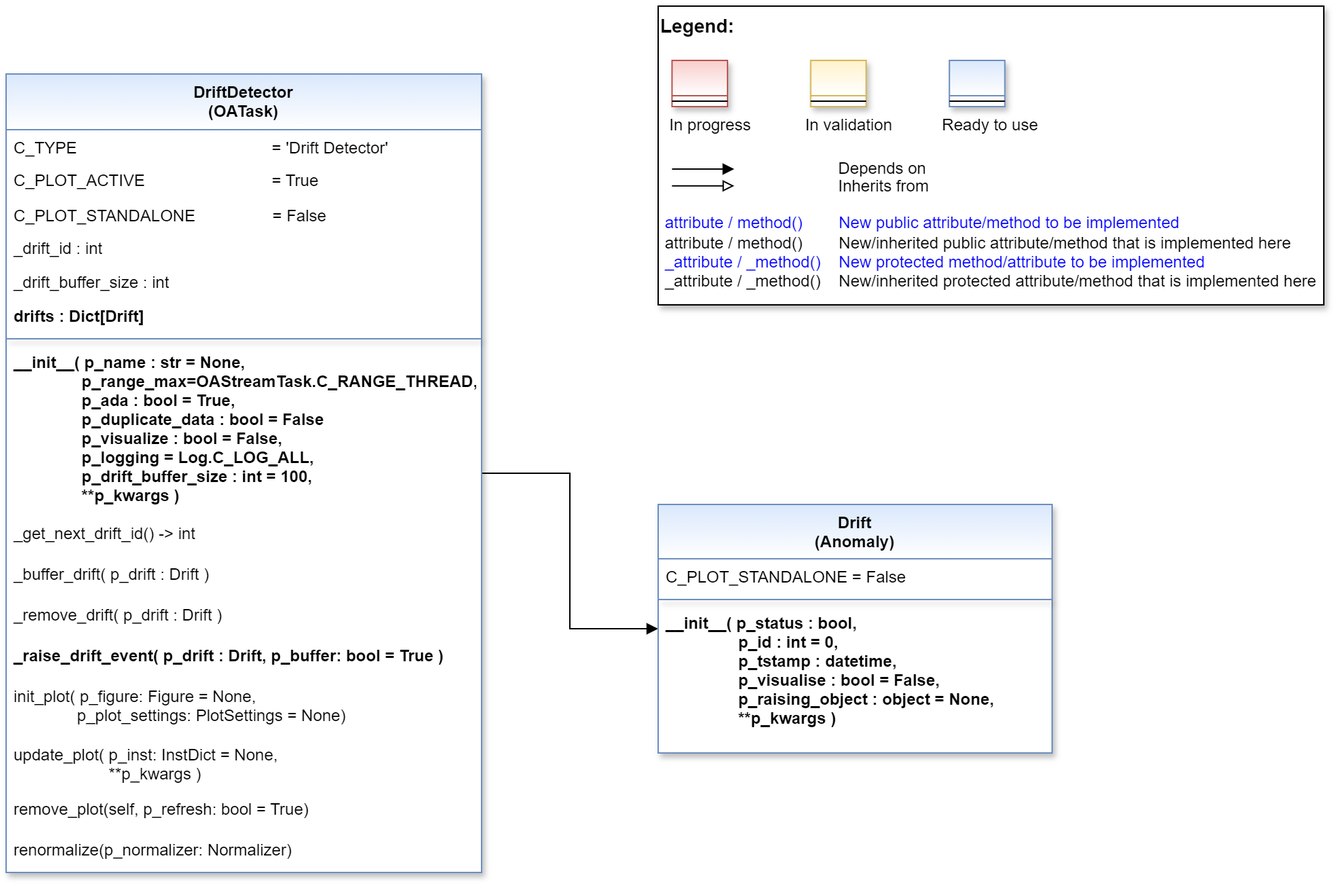
fhswf/MLPro keeps this draw.io diagram as doc/rtd/content/99_appendices/appendix2/sub/mlpro_oa/streams/30_change_detection/20_drift_detection/images/MLPro-OA-Drift-Detectors_class_diagram.drawio.png. Above is the earlier version. Source tidied: cells renumbered, new cells last; positions are measured from the earlier drawing's top-left corner, leaving out a move shared by most shapes.
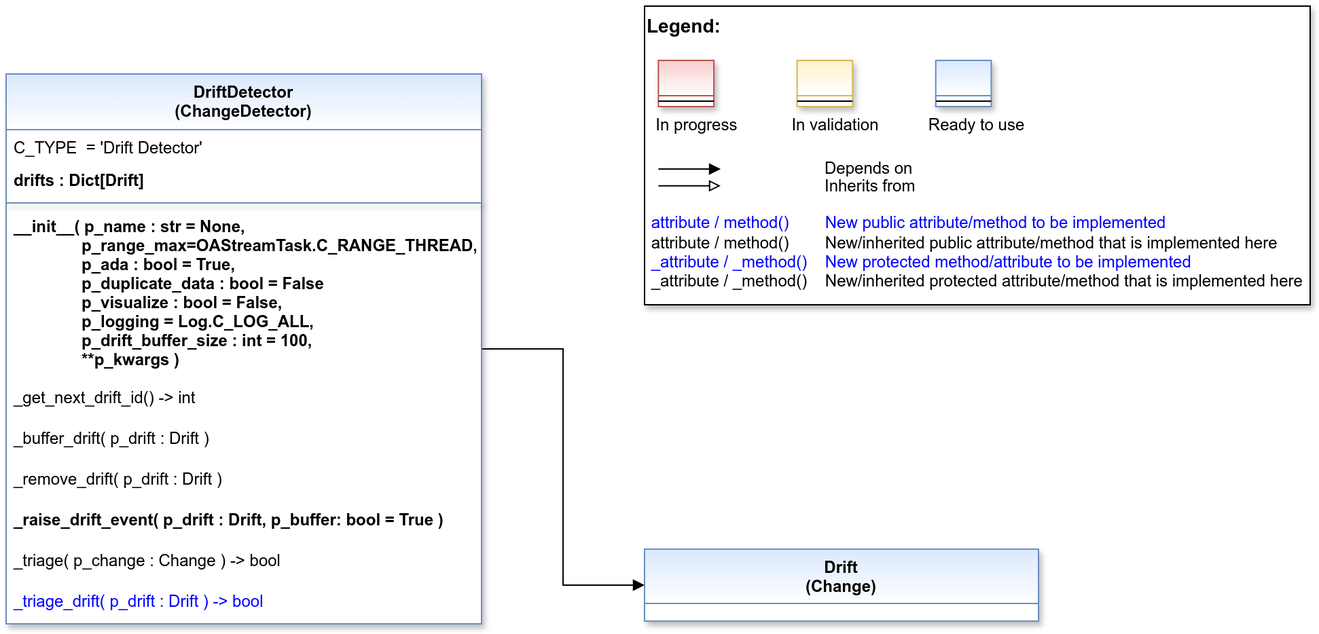
After the change.

Change to the diagram source:
```diff
@@ -3,7 +3,7 @@
     <mxCell id="0" />
     <mxCell id="1" parent="0" />
     <mxCell id="2" style="group;" parent="1" vertex="1">
-      <mxGeometry x="480" width="490" height="220" as="geometry" />
+      <mxGeometry x="470" width="490" height="220" as="geometry" />
     </mxCell>
     <mxCell id="3" value="&lt;font color=&quot;#000000&quot; size=&quot;1&quot;&gt;&lt;b style=&quot;font-size: 14px&quot;&gt;Legend:&lt;br&gt;&lt;/b&gt;&lt;/font&gt;&lt;br&gt;&lt;br&gt;&lt;br&gt;&lt;font color=&quot;#0000ff&quot; style=&quot;font-size: 6px&quot;&gt;&lt;br&gt;&lt;/font&gt;&lt;span style=&quot;color: rgb(0 , 0 , 0)&quot;&gt;&lt;font style=&quot;font-size: 4px&quot;&gt;&amp;nbsp; &amp;nbsp;&lt;/font&gt;&amp;nbsp;In progress&amp;nbsp; &amp;nbsp; &amp;nbsp; &amp;nbsp; &amp;nbsp; &amp;nbsp; In validation&amp;nbsp; &amp;nbsp; &amp;nbsp; &amp;nbsp; &amp;nbsp; &amp;nbsp;Ready to use&lt;/span&gt;&lt;font color=&quot;#000000&quot;&gt;&amp;nbsp;&lt;br&gt;&lt;/font&gt;&lt;font color=&quot;#0000ff&quot;&gt;&lt;br&gt;&lt;br&gt;&lt;br&gt;&lt;br&gt;&amp;nbsp;attribute / method()&amp;nbsp; &amp;nbsp; &amp;nbsp; &amp;nbsp; New public attribute/method to be implemented&lt;/font&gt;&lt;br&gt;&lt;font color=&quot;#000000&quot;&gt;&amp;nbsp;&lt;/font&gt;&lt;font color=&quot;#000000&quot;&gt;attribute / method()&lt;span&gt; &lt;/span&gt;&amp;nbsp; &amp;nbsp; &amp;nbsp; &amp;nbsp;New/inherited public attribute/method that is implemented here&lt;br&gt;&lt;/font&gt;&lt;font color=&quot;#0000ff&quot;&gt;&amp;nbsp;_attribute /&amp;nbsp;&lt;/font&gt;&lt;font color=&quot;#0000ff&quot;&gt;_method()&amp;nbsp; &amp;nbsp; New protected method/attribute to be implemented&lt;/font&gt;&lt;br&gt;&lt;font color=&quot;#000000&quot;&gt;&amp;nbsp;_attribute / _method()&amp;nbsp; &amp;nbsp; New/inherited protected attribute/method that is implemented here&lt;br&gt;&lt;/font&gt;&lt;font color=&quot;#000000&quot;&gt;&lt;br&gt;&lt;br&gt;&lt;br&gt;&lt;br&gt;&lt;br&gt;&lt;/font&gt;" style="text;html=1;align=left;verticalAlign=top;whiteSpace=wrap;rounded=0;fontColor=#006600;strokeColor=#000000;shadow=1;fillColor=#ffffff;" parent="2" vertex="1">
       <mxGeometry width="490" height="220" as="geometry" />
@@ -43,71 +43,44 @@
     <mxCell id="11" style="line;html=1;strokeWidth=1;align=left;verticalAlign=middle;spacingTop=-1;spacingLeft=3;spacingRight=3;labelPosition=right;" parent="10" vertex="1">
       <mxGeometry y="26" width="40.8" height="8" as="geometry" />
     </mxCell>
-    <mxCell id="12" style="edgeStyle=orthogonalEdgeStyle;rounded=0;jettySize=auto;html=1;endArrow=block;endFill=1;" parent="1" edge="1" source="13" target="30">
+    <mxCell id="12" style="edgeStyle=orthogonalEdgeStyle;rounded=0;jettySize=auto;html=1;endArrow=block;endFill=1;" parent="1" edge="1" source="13" target="24">
       <mxGeometry relative="1" as="geometry" />
     </mxCell>
-    <mxCell id="13" value="DriftDetector&#10;(OATask)" style="swimlane;align=center;verticalAlign=top;horizontal=1;startSize=41;rounded=0;shadow=1;strokeWidth=1;fillColor=#dae8fc;strokeColor=#6c8ebf;swimlaneFillColor=#ffffff;gradientColor=#FFFFFF;" parent="1" vertex="1">
-      <mxGeometry y="50" width="350" height="588" as="geometry" />
+    <mxCell id="13" value="DriftDetector&#10;(ChangeDetector)" style="swimlane;align=center;verticalAlign=top;horizontal=1;startSize=41;rounded=0;shadow=1;strokeWidth=1;fillColor=#dae8fc;strokeColor=#6c8ebf;swimlaneFillColor=#ffffff;gradientColor=#FFFFFF;" parent="1" vertex="1">
+      <mxGeometry y="50" width="350" height="405" as="geometry" />
     </mxCell>
-    <mxCell id="14" value="C_TYPE                                           = 'Drift Detector'" style="text;align=left;verticalAlign=top;spacingLeft=4;spacingRight=4;overflow=hidden;" parent="13" vertex="1">
+    <mxCell id="14" value="C_TYPE  = 'Drift Detector'" style="text;align=left;verticalAlign=top;spacingLeft=4;spacingRight=4;overflow=hidden;" parent="13" vertex="1">
       <mxGeometry y="41" width="350" height="24" as="geometry" />
     </mxCell>
-    <mxCell id="15" value="C_PLOT_ACTIVE &amp;nbsp; &amp;nbsp; &amp;nbsp; &amp;nbsp; &amp;nbsp; &lt;span style=&quot;white-space: pre;&quot;&gt;&#9;&lt;/span&gt;&lt;span style=&quot;white-space: pre;&quot;&gt;&#9;&lt;/span&gt;&amp;nbsp;= True" style="text;align=left;verticalAlign=top;spacingLeft=4;spacingRight=4;overflow=hidden;html=1;" parent="13" vertex="1">
+    <mxCell id="15" value="drifts : Dict[Drift]" style="text;align=left;verticalAlign=top;spacingLeft=4;spacingRight=4;overflow=hidden;fontStyle=1;" parent="13" vertex="1">
       <mxGeometry y="65" width="350" height="26" as="geometry" />
     </mxCell>
-    <mxCell id="16" value="C_PLOT_STANDALONE                 = False" style="text;align=left;verticalAlign=top;spacingLeft=4;spacingRight=4;overflow=hidden;" parent="13" vertex="1">
-      <mxGeometry y="91" width="350" height="24" as="geometry" />
+    <mxCell id="16" style="line;html=1;strokeWidth=1;align=center;verticalAlign=top;spacingTop=-1;spacingLeft=3;spacingRight=3;labelPosition=right;rounded=0;shadow=1;strokeColor=#6c8ebf;swimlaneFillColor=#ffffff;fontFamily=Helvetica;fontSize=12;fontColor=default;fontStyle=3;fillColor=#dae8fc;gradientColor=#ffffff;" parent="13" vertex="1">
+      <mxGeometry y="91" width="350" height="8" as="geometry" />
     </mxCell>
-    <mxCell id="17" value="_drift_id : int" style="text;align=left;verticalAlign=top;spacingLeft=4;spacingRight=4;overflow=hidden;" parent="13" vertex="1">
-      <mxGeometry y="115" width="350" height="25" as="geometry" />
+    <mxCell id="17" value="__init__( p_name : str = None,&#10;               p_range_max=OAStreamTask.C_RANGE_THREAD,&#10;               p_ada : bool = True,&#10;               p_duplicate_data : bool = False&#10;               p_visualize : bool = False,&#10;               p_logging = Log.C_LOG_ALL,&#10;               p_drift_buffer_size : int = 100,&#10;               **p_kwargs )" style="text;align=left;verticalAlign=top;spacingLeft=4;spacingRight=4;overflow=hidden;fontStyle=1;" parent="13" vertex="1">
+      <mxGeometry y="99" width="350" height="126" as="geometry" />
     </mxCell>
-    <mxCell id="18" value="_drift_buffer_size : int" style="text;align=left;verticalAlign=top;spacingLeft=4;spacingRight=4;overflow=hidden;" parent="13" vertex="1">
-      <mxGeometry y="140" width="350" height="25" as="geometry" />
+    <mxCell id="18" value="_get_next_drift_id() -&gt; int" style="text;align=left;verticalAlign=top;spacingLeft=4;spacingRight=4;overflow=hidden;shadow=1;" parent="13" vertex="1">
+      <mxGeometry y="225" width="350" height="30" as="geometry" />
     </mxCell>
-    <mxCell id="19" value="drifts : Dict[Drift]" style="text;align=left;verticalAlign=top;spacingLeft=4;spacingRight=4;overflow=hidden;fontStyle=1;" parent="13" vertex="1">
-      <mxGeometry y="165" width="350" height="26" as="geometry" />
+    <mxCell id="19" value="_buffer_drift( p_drift : Drift ) " style="text;align=left;verticalAlign=top;spacingLeft=4;spacingRight=4;overflow=hidden;shadow=1;" parent="13" vertex="1">
+      <mxGeometry y="255" width="350" height="30" as="geometry" />
     </mxCell>
-    <mxCell id="20" style="line;html=1;strokeWidth=1;align=center;verticalAlign=top;spacingTop=-1;spacingLeft=3;spacingRight=3;labelPosition=right;rounded=0;shadow=1;strokeColor=#6c8ebf;swimlaneFillColor=#ffffff;fontFamily=Helvetica;fontSize=12;fontColor=default;fontStyle=3;fillColor=#dae8fc;gradientColor=#ffffff;" parent="13" vertex="1">
-      <mxGeometry y="191" width="350" height="8" as="geometry" />
+    <mxCell id="20" value="_remove_drift( p_drift : Drift )" style="text;align=left;verticalAlign=top;spacingLeft=4;spacingRight=4;overflow=hidden;shadow=1;" parent="13" vertex="1">
+      <mxGeometry y="285" width="350" height="30" as="geometry" />
     </mxCell>
-    <mxCell id="21" value="__init__( p_name : str = None,&#10;               p_range_max=OAStreamTask.C_RANGE_THREAD,&#10;               p_ada : bool = True,&#10;               p_duplicate_data : bool = False&#10;               p_visualize : bool = False,&#10;               p_logging = Log.C_LOG_ALL,&#10;               p_drift_buffer_size : int = 100,&#10;               **p_kwargs )" style="text;align=left;verticalAlign=top;spacingLeft=4;spacingRight=4;overflow=hidden;fontStyle=1;" parent="13" vertex="1">
-      <mxGeometry y="199" width="350" height="126" as="geometry" />
+    <mxCell id="21" value="_raise_drift_event( p_drift : Drift, p_buffer: bool = True )" style="text;align=left;verticalAlign=top;spacingLeft=4;spacingRight=4;overflow=hidden;shadow=1;fontStyle=1;" parent="13" vertex="1">
+      <mxGeometry y="315" width="350" height="30" as="geometry" />
     </mxCell>
-    <mxCell id="22" value="_get_next_drift_id() -&gt; int" style="text;align=left;verticalAlign=top;spacingLeft=4;spacingRight=4;overflow=hidden;shadow=1;" parent="13" vertex="1">
-      <mxGeometry y="325" width="350" height="30" as="geometry" />
+    <mxCell id="22" value="_triage( p_change : Change ) -&gt; bool" style="text;align=left;verticalAlign=top;spacingLeft=4;spacingRight=4;overflow=hidden;shadow=1;" parent="13" vertex="1">
+      <mxGeometry y="345" width="350" height="30" as="geometry" />
     </mxCell>
-    <mxCell id="23" value="_buffer_drift( p_drift : Drift ) " style="text;align=left;verticalAlign=top;spacingLeft=4;spacingRight=4;overflow=hidden;shadow=1;" parent="13" vertex="1">
-      <mxGeometry y="355" width="350" height="30" as="geometry" />
+    <mxCell id="23" value="_triage_drift( p_drift : Drift ) -&gt; bool" style="text;align=left;verticalAlign=top;spacingLeft=4;spacingRight=4;overflow=hidden;shadow=1;fontColor=#0000FF;" parent="13" vertex="1">
+      <mxGeometry y="375" width="350" height="30" as="geometry" />
     </mxCell>
-    <mxCell id="24" value="_remove_drift( p_drift : Drift )" style="text;align=left;verticalAlign=top;spacingLeft=4;spacingRight=4;overflow=hidden;points=[[0,0.5],[1,0.5]];portConstraint=eastwest;shadow=1;" parent="13" vertex="1">
-      <mxGeometry y="385" width="350" height="30" as="geometry" />
+    <mxCell id="24" value="Drift&#10;(Change)" style="swimlane;fontStyle=1;align=center;verticalAlign=top;horizontal=1;startSize=40;rounded=0;shadow=1;strokeWidth=1;fillColor=#dae8fc;strokeColor=#6c8ebf;swimlaneFillColor=#ffffff;fontFamily=Helvetica;fontSize=12;gradientColor=#FFFFFF;" parent="1" vertex="1">
+      <mxGeometry x="470" y="400" width="290" height="53" as="geometry" />
     </mxCell>
-    <mxCell id="25" value="_raise_drift_event( p_drift : Drift, p_buffer: bool = True )" style="text;align=left;verticalAlign=top;spacingLeft=4;spacingRight=4;overflow=hidden;shadow=1;fontStyle=1;" parent="13" vertex="1">
-      <mxGeometry y="415" width="350" height="30" as="geometry" />
-    </mxCell>
-    <mxCell id="26" value="init_plot( p_figure: Figure = None,&#10;              p_plot_settings: PlotSettings = None)" style="text;align=left;verticalAlign=top;spacingLeft=4;spacingRight=4;overflow=hidden;shadow=1;" parent="13" vertex="1">
-      <mxGeometry y="445" width="350" height="43" as="geometry" />
-    </mxCell>
-    <mxCell id="27" value="update_plot( p_inst: InstDict = None,&#10;                     **p_kwargs )" style="text;align=left;verticalAlign=top;spacingLeft=4;spacingRight=4;overflow=hidden;shadow=1;" parent="13" vertex="1">
-      <mxGeometry y="488" width="350" height="40" as="geometry" />
-    </mxCell>
-    <mxCell id="28" value="remove_plot(self, p_refresh: bool = True)" style="text;align=left;verticalAlign=top;spacingLeft=4;spacingRight=4;overflow=hidden;shadow=1;" parent="13" vertex="1">
-      <mxGeometry y="528" width="350" height="30" as="geometry" />
-    </mxCell>
-    <mxCell id="29" value="renormalize(p_normalizer: Normalizer) " style="text;align=left;verticalAlign=top;spacingLeft=4;spacingRight=4;overflow=hidden;shadow=1;fontStyle=0;" parent="13" vertex="1">
-      <mxGeometry y="558" width="350" height="30" as="geometry" />
-    </mxCell>
-    <mxCell id="30" value="Drift&#10;(Anomaly)" style="swimlane;fontStyle=1;align=center;verticalAlign=top;horizontal=1;startSize=40;rounded=0;shadow=1;strokeWidth=1;fillColor=#dae8fc;strokeColor=#6c8ebf;swimlaneFillColor=#ffffff;fontFamily=Helvetica;fontSize=12;gradientColor=#FFFFFF;" parent="1" vertex="1">
-      <mxGeometry x="480" y="367" width="290" height="183" as="geometry" />
-    </mxCell>
-    <mxCell id="31" value="C_PLOT_STANDALONE = False" style="text;align=left;verticalAlign=top;spacingLeft=4;spacingRight=4;overflow=hidden;" parent="30" vertex="1">
-      <mxGeometry y="40" width="290" height="26" as="geometry" />
-    </mxCell>
-    <mxCell id="32" style="line;html=1;strokeWidth=1;align=center;verticalAlign=top;spacingTop=-1;spacingLeft=3;spacingRight=3;labelPosition=right;rounded=0;shadow=1;strokeColor=#6c8ebf;swimlaneFillColor=#ffffff;fontFamily=Helvetica;fontSize=12;fontColor=default;fontStyle=1;fillColor=#dae8fc;gradientColor=#ffffff;" parent="30" vertex="1">
-      <mxGeometry y="66" width="290" height="8" as="geometry" />
-    </mxCell>
-    <mxCell id="33" value="__init__( p_status : bool,&#10;                p_id : int = 0,&#10;                p_tstamp : datetime,&#10;                p_visualise : bool = False,&#10;                p_raising_object : object = None,&#10;                **p_kwargs )" style="text;align=left;verticalAlign=top;spacingLeft=4;spacingRight=4;overflow=hidden;fontStyle=1;" parent="30" vertex="1">
-      <mxGeometry y="74" width="290" height="96" as="geometry" />
-    </mxCell>
   </root>
 </mxGraphModel>
```
